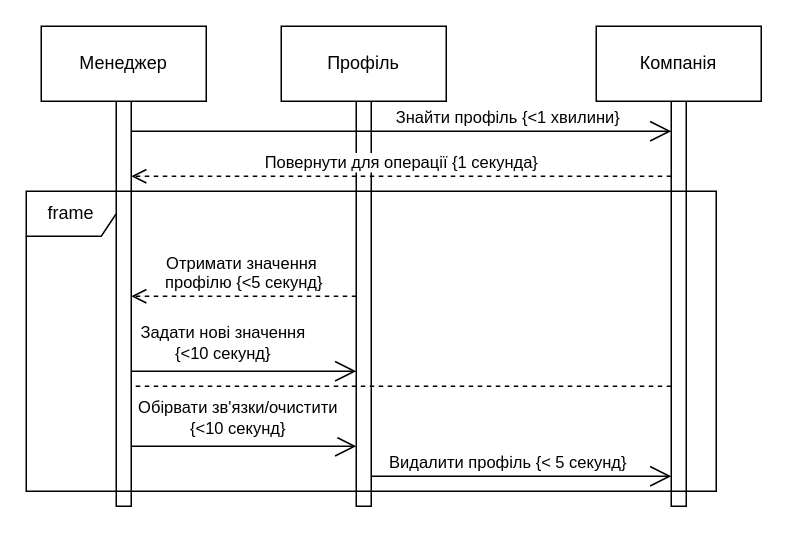
Before: Діаграма послідовності 2.drawio in OleksandrPanasenko/AIS_projects-for-university-, a draw.io diagram. Source tidied: cells renumbered, new cells numbered last; positions are measured from the earlier drawing's top-left corner, leaving out a move shared by most shapes. Both pictures are drawn from the tidied source at 150%, with x=0, y=0 at pixel (26, 26).
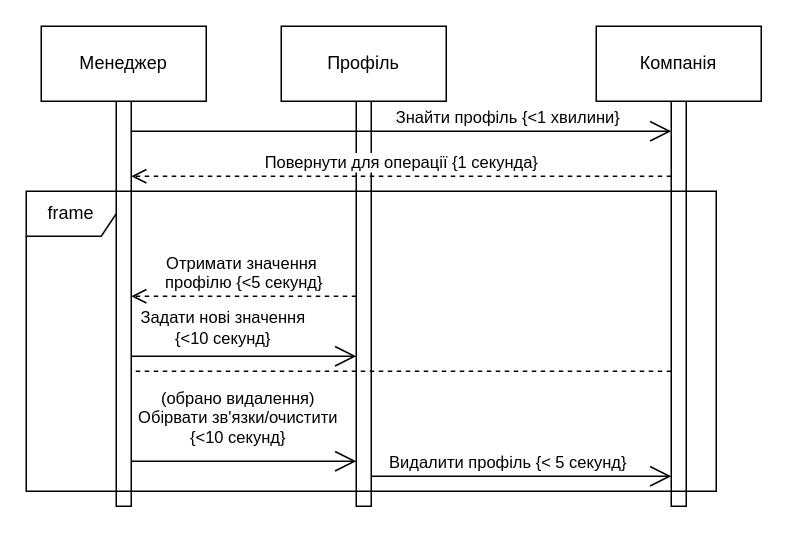
The same diagram, later.

Unchanged cells that the change refers to:
```xml
<mxCell id="6" style="html=1;points=[[0,0,0,0,5],[0,1,0,0,-5],[1,0,0,0,5],[1,1,0,0,-5]];perimeter=orthogonalPerimeter;outlineConnect=0;targetShapes=umlLifeline;portConstraint=eastwest;newEdgeStyle={&quot;curved&quot;:0,&quot;rounded&quot;:0};" parent="1" vertex="1">
  <mxGeometry x="430" y="50" width="10" height="270" as="geometry" />
</mxCell>
```

What changed in the source:
```diff
@@
     <mxCell id="10" style="endArrow=open;endFill=1;endSize=12;html=1;rounded=0;" parent="1" edge="1">
       <mxGeometry relative="1" as="geometry">
-        <mxPoint x="70" y="230" as="sourcePoint" />
-        <mxPoint x="220" y="230" as="targetPoint" />
+        <mxPoint x="70" y="220" as="sourcePoint" />
+        <mxPoint x="220" y="220" as="targetPoint" />
       </mxGeometry>
     </mxCell>
@@
-    <mxCell id="14" style="html=1;verticalAlign=bottom;endArrow=none;dashed=1;endSize=8;curved=0;rounded=0;endFill=0;" parent="1" edge="1" source="6">
+    <mxCell id="14" style="html=1;verticalAlign=bottom;endArrow=none;dashed=1;endSize=8;curved=0;rounded=0;endFill=0;" parent="1" edge="1">
       <mxGeometry relative="1" as="geometry">
-        <mxPoint x="70" y="240" as="targetPoint" />
+        <mxPoint x="430" y="230" as="sourcePoint" />
+        <mxPoint x="70" y="230" as="targetPoint" />
       </mxGeometry>
     </mxCell>
@@
     <mxCell id="16" style="endArrow=open;endFill=1;endSize=12;html=1;rounded=0;" parent="1" edge="1">
       <mxGeometry relative="1" as="geometry">
-        <mxPoint x="70" y="280" as="sourcePoint" />
-        <mxPoint x="220" y="280" as="targetPoint" />
+        <mxPoint x="70" y="290" as="sourcePoint" />
+        <mxPoint x="220" y="290" as="targetPoint" />
       </mxGeometry>
     </mxCell>
-    <mxCell id="17" value="Обірвати зв'язки/очистити&lt;div&gt;{&amp;lt;10 секунд}&lt;/div&gt;" style="edgeLabel;html=1;align=center;verticalAlign=middle;" parent="16" vertex="1">
+    <mxCell id="17" value="&lt;div&gt;(обрано видалення)&lt;/div&gt;Обірвати зв'язки/очистити&lt;div&gt;{&amp;lt;10 секунд}&lt;/div&gt;" style="edgeLabel;html=1;align=center;verticalAlign=middle;" parent="16" vertex="1">
       <mxGeometry x="-0.47" y="-1" relative="1" as="geometry">
-        <mxPoint x="30" y="-21" as="offset" />
+        <mxPoint x="30" y="-31" as="offset" />
       </mxGeometry>
     </mxCell>
```
